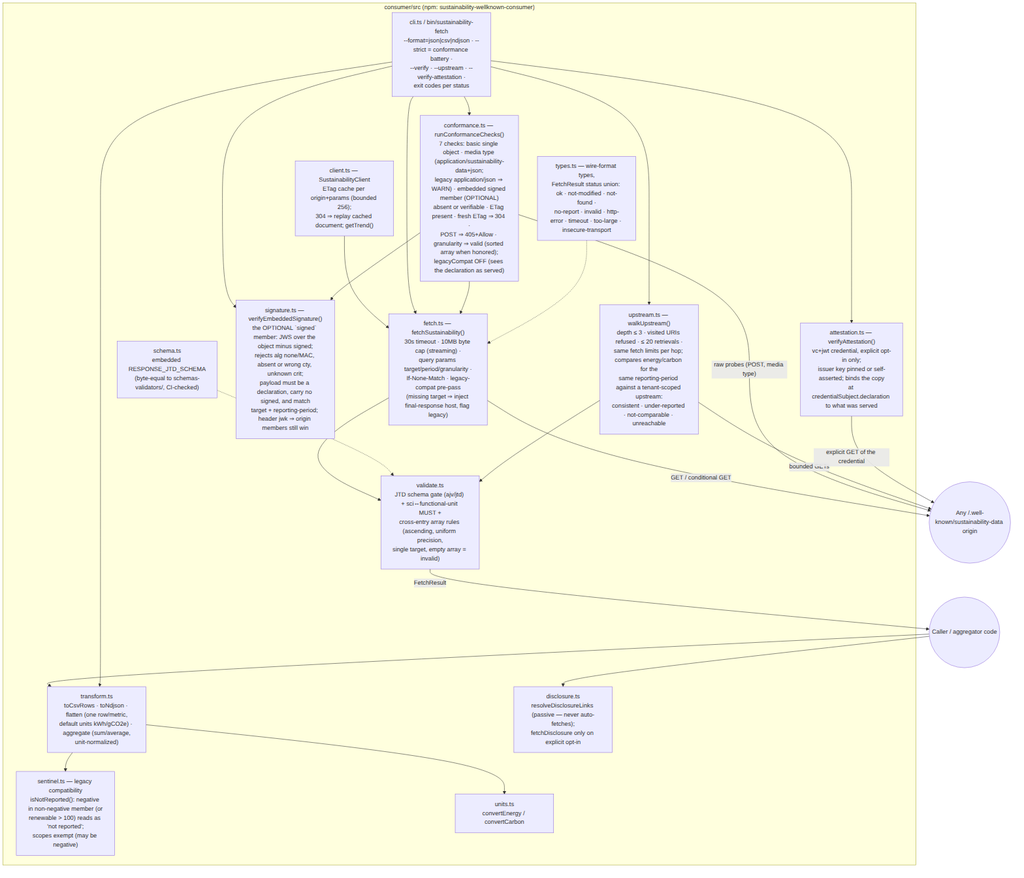
Above: architecture/images/c4-component-consumer.png in andreibesleaga/rfc-sustainability-wellknown (Mermaid), before the change. Its source is kept beside it as architecture/diagrams/c4-component-consumer.mmd.
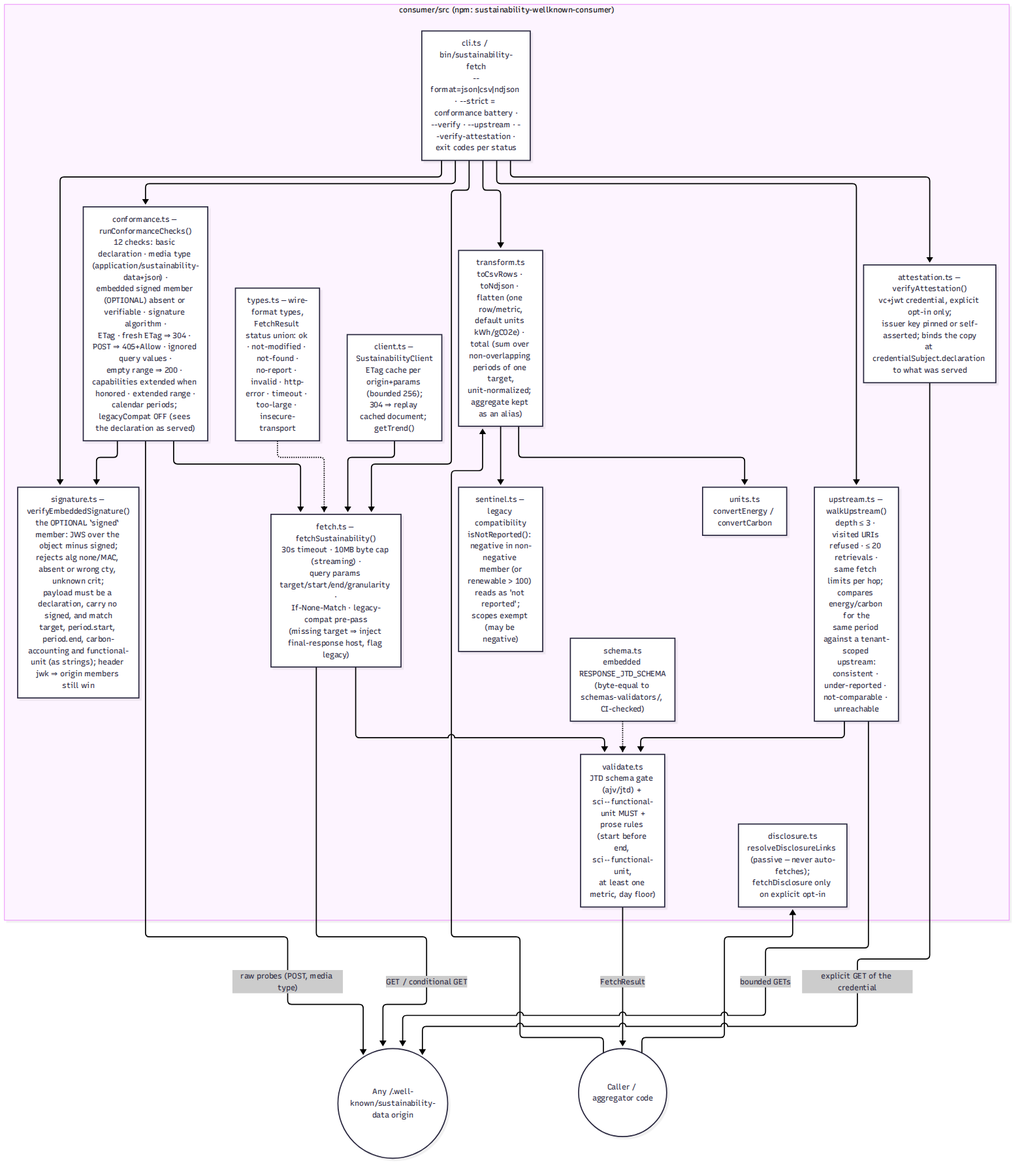
Later version of the same file.

The edit, as a diff of the source:
```diff
@@ -8,7 +8,7 @@
         SCH2["schema.ts<br/>embedded RESPONSE_JTD_SCHEMA<br/>(byte-equal to schemas-validators/, CI-checked)"]
         SENT["sentinel.ts — legacy compatibility<br/>isNotReported(): negative in non-negative member (or<br/>renewable > 100) reads as 'not reported';<br/>scopes exempt (may be negative)"]
         UNITS["units.ts<br/>convertEnergy / convertCarbon"]
-        TRANS["transform.ts<br/>toCsvRows · toNdjson · flatten (one row/metric,<br/>default units kWh/gCO2e) · aggregate (sum/average,<br/>unit-normalized)"]
+        TRANS["transform.ts<br/>toCsvRows · toNdjson · flatten (one row/metric,<br/>default units kWh/gCO2e) · total (sum over non-overlapping periods of one target,<br/>unit-normalized; aggregate kept as an alias)"]
         CLIENT2["client.ts — SustainabilityClient<br/>ETag cache per origin+params (bounded 256);<br/>304 ⇒ replay cached document; getTrend()"]
         CONF["conformance.ts — runConformanceChecks()<br/>12 checks: basic declaration · media type (application/sustainability-data+json) ·<br/>embedded signed member (OPTIONAL) absent or verifiable · signature algorithm ·<br/>ETag · fresh ETag ⇒ 304 · POST ⇒ 405+Allow · ignored query values ·<br/>empty range ⇒ 200 · capabilities extended when honored · extended range ·<br/>calendar periods; legacyCompat OFF (sees the declaration as served)"]
         DISC["disclosure.ts<br/>resolveDisclosureLinks (passive — never auto-fetches);<br/>fetchDisclosure only on explicit opt-in"]
```
